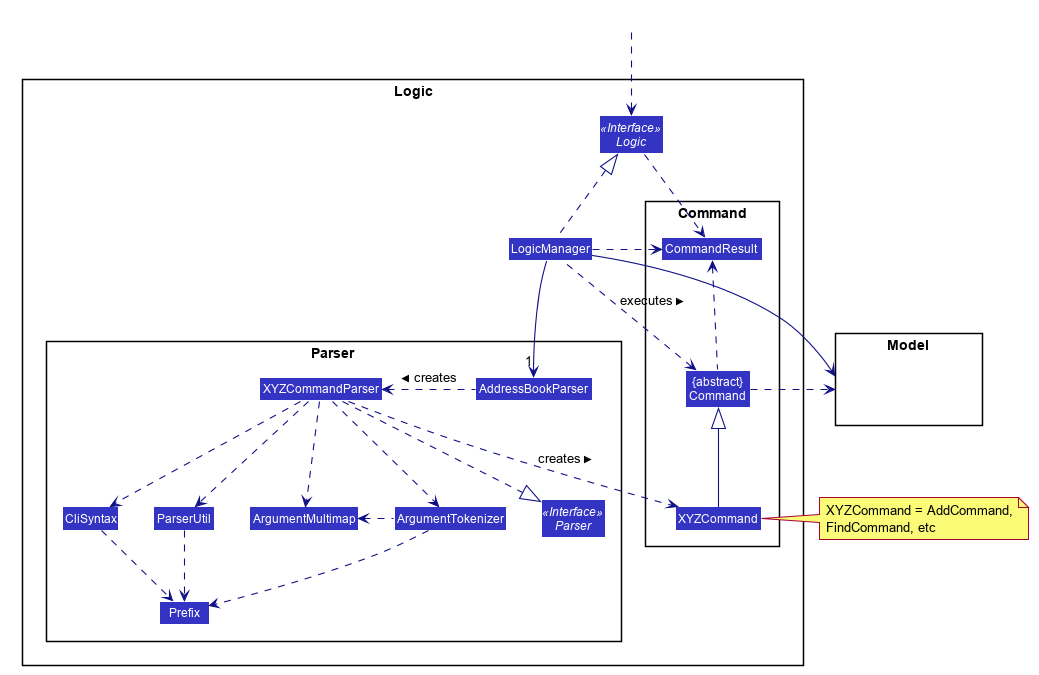
Before: docs/images/LogicClassDiagram.png, a diagram exported from PlantUML (nus-cs2103-AY2021S2/tp).
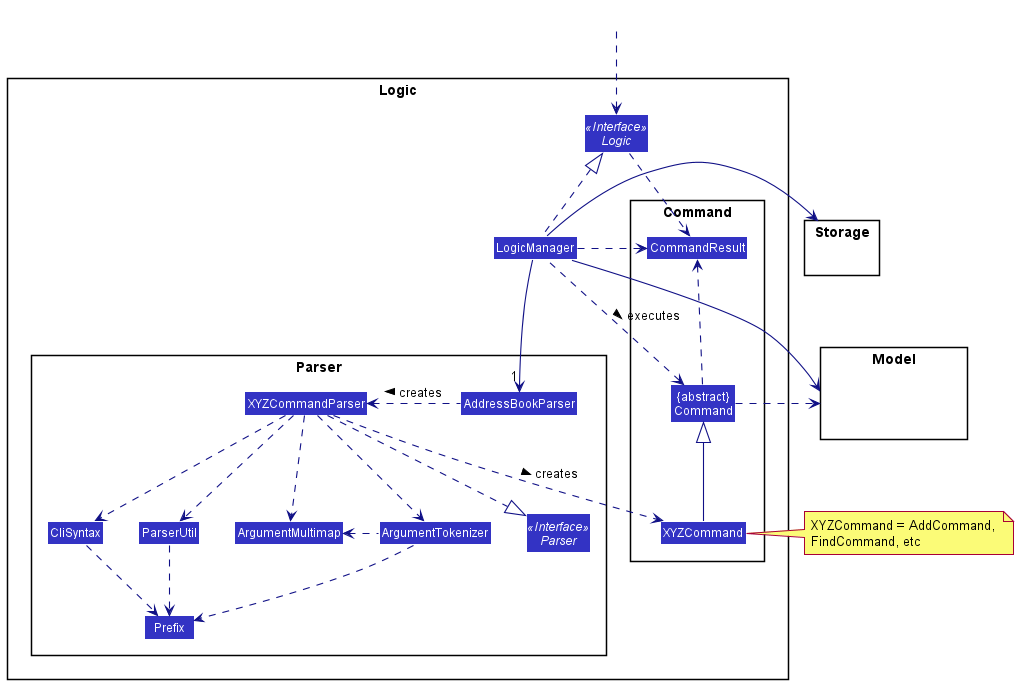
After the change.

Change to the diagram source:
```diff
@@ -1,55 +1,8 @@
 @startuml
-
-
-
-
-
-
-
-
-skinparam BackgroundColor #FFFFFFF
-
-skinparam Shadowing false
-
-skinparam Class {
-    FontColor #FFFFFF
-    BorderThickness 1
-    BorderColor #FFFFFF
-    StereotypeFontColor #FFFFFF
-    FontName Arial
-}
-
-skinparam Actor {
-    BorderColor #000000
-    Color #000000
-    FontName Arial
-}
-
-skinparam Sequence {
-    MessageAlign center
-    BoxFontSize 15
-    BoxPadding 0
-    BoxFontColor #FFFFFF
-    FontName Arial
-}
-
-skinparam Participant {
-    FontColor #FFFFFFF
-    Padding 20
-}
-
-skinparam MinClassWidth 50
-skinparam ParticipantPadding 10
-skinparam Shadowing false
-skinparam DefaultTextAlignment center
-skinparam packageStyle Rectangle
-
-hide footbox
-hide members
-hide circle
+!include style.puml
 skinparam arrowThickness 1.1
-skinparam arrowColor #101086
-skinparam classBackgroundColor #3333C4
+skinparam arrowColor LOGIC_COLOR_T4
+skinparam classBackgroundColor LOGIC_COLOR
 
 package Logic {
 
@@ -74,12 +27,16 @@
 Class LogicManager
 }
 
-package Model{
+package Model {
 Class HiddenModel #FFFFFF
+}
+
+package Storage {
 }
 
 Class HiddenOutside #FFFFFF
 HiddenOutside ..> Logic
+
 
 LogicManager .up.|> Logic
 LogicManager -->"1" AddressBookParser
@@ -98,6 +55,7 @@
 XYZCommand -up-|> Command
 LogicManager .left.> Command : executes >
 
+LogicManager -right-> Storage
 LogicManager --> Model
 Command .right.> Model
 note right of XYZCommand: XYZCommand = AddCommand, \nFindCommand, etc
```
